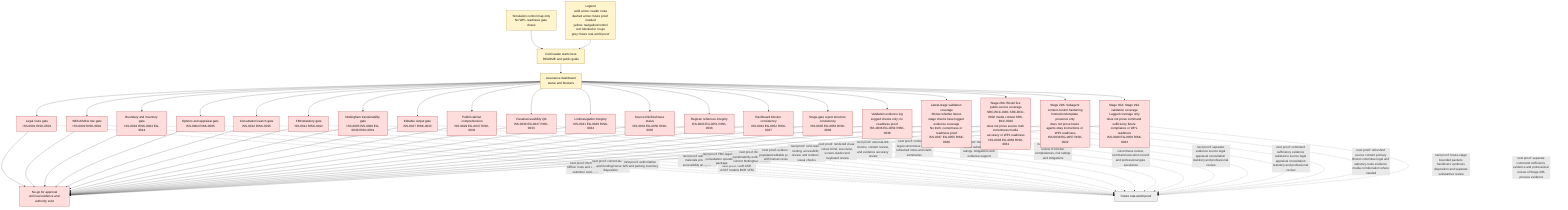
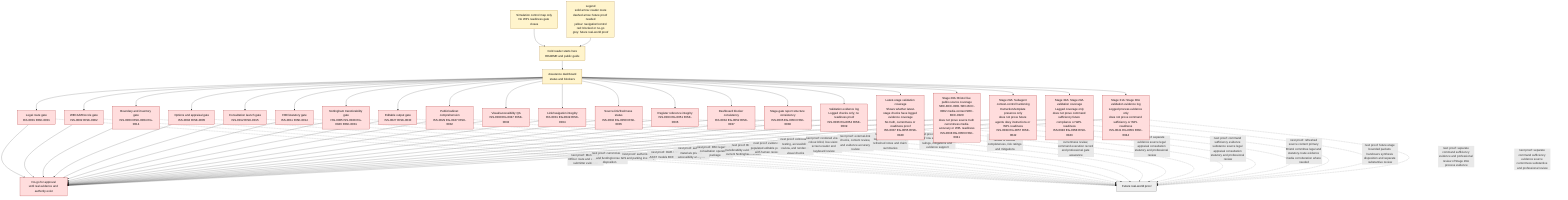
flowchart TD
    Caption["Simulation control map only<br/>No WPL readiness gate closes"]
    Legend["Legend<br/>solid arrow: reader route<br/>dashed arrow: future proof needed<br/>yellow: navigation/control<br/>red: blocked or no-go<br/>grey: future real-world proof"]
    Caption --> Start
    Legend --> Start
    Start["Cold reader starts here<br/>README and public guide"] --> Dash["Assurance dashboard<br/>status and blockers"]
    Dash --> Legal["Legal route gate<br/>ISS-0001 RISK-0001"]
    Dash --> WECA["WECA/MCA role gate<br/>ISS-0002 RISK-0002"]
    Dash --> Spatial["Boundary and inventory gate<br/>ISS-0003 RISK-0004 EG-0014"]
    Dash --> Appraisal["Options and appraisal gate<br/>ISS-0004 RISK-0005"]
    Dash --> Consult["Consultation launch gate<br/>ISS-0012 RISK-0015"]
    Dash --> FBC["FBC/statutory gate<br/>ISS-0011 RISK-0014"]
    Dash --> Nottingham["Nottingham transferability gate<br/>ISS-0005 ISS-0028 EG-0046 RISK-0031"]
    Dash --> Authoring["Editable output gate<br/>ISS-0027 RISK-0030"]
    Dash --> Comprehension["Public/cabinet comprehension<br/>ISS-0029 EG-0047 RISK-0032"]
    Dash --> VisualQA["Visual/accessibility QA<br/>ISS-0030 EG-0047 RISK-0033"]
    Dash --> NavigationQA["Link/navigation integrity<br/>ISS-0031 EG-0049 RISK-0034"]
    Dash --> SourceFreshness["Source-link/freshness status<br/>ISS-0032 EG-0050 RISK-0035"]
    Dash --> RegisterIntegrity["Register reference integrity<br/>ISS-0033 EG-0051 RISK-0036"]
    Dash --> DashboardConsistency["Dashboard blocker consistency<br/>ISS-0034 EG-0052 RISK-0037"]
    Dash --> GateReportQA["Stage-gate report structure consistency<br/>ISS-0035 EG-0053 RISK-0038"]
    Dash --> ValidationEvidence["Validation evidence log<br/>Logged checks only; no readiness proof<br/>ISS-0036 EG-0054 RISK-0039"]
    Dash --> ValidationCoverage["Latest-stage validation coverage<br/>Shows whether latest-stage checks have logged evidence coverage<br/>No truth, currentness or readiness proof<br/>ISS-0037 EG-0055 RISK-0040"]
    Dash --> BristolPublicSources["Stage 28A: Bristol live public-source coverage<br/>SRC-BCC-0001 SRC-BCC-0002 media context SRC-BCC-0020<br/>does not prove source truth currentness media accuracy or WPL readiness<br/>ISS-0038 EG-0056 RISK-0041"]
    Dash --> SubagentContextControl["Stage 29A: Subagent context-control hardening<br/>Instruction/template presence only<br/>does not prove future agents obey instructions or WPL readiness<br/>ISS-0039 EG-0057 RISK-0042"]
    Dash --> Stage29ValidationCoverage["Stage 30A: Stage 29A validation coverage<br/>Lagged coverage only<br/>does not prove command sufficiency future compliance or WPL readiness<br/>ISS-0040 EG-0058 RISK-0043"]
+     Dash --> Stage30ValidationLog["Stage 31A: Stage 30A validation evidence log<br/>Logged process evidence only<br/>does not prove command sufficiency or WPL readiness<br/>ISS-0041 EG-0059 RISK-0044"]

    Legal --> NoGo["No-go for approval<br/>until real evidence and authority exist"]
    WECA --> NoGo
    Spatial --> NoGo
    Appraisal --> NoGo
    Consult --> NoGo
    FBC --> NoGo
    Nottingham --> NoGo
    Authoring --> NoGo
    Comprehension --> NoGo
    VisualQA --> NoGo
    NavigationQA --> NoGo
    SourceFreshness --> NoGo
    RegisterIntegrity --> NoGo
    DashboardConsistency --> NoGo
    GateReportQA --> NoGo
    ValidationEvidence --> NoGo
    ValidationCoverage --> NoGo
    BristolPublicSources --> NoGo
    SubagentContextControl --> NoGo
    Stage29ValidationCoverage --> NoGo
+     Stage30ValidationLog --> NoGo

    Legal -. "next proof: Monitoring Officer route and statutory submitter evidence" .-> Proof["Future real-world proof"]
    WECA -. "next proof: current-law role and funding/consent disposition" .-> Proof
    Spatial -. "next proof: authoritative GIS and parking inventory" .-> Proof
    Appraisal -. "next proof: OAR ASR ASST models BCR VFM" .-> Proof
    Consult -. "next proof: authority materials privacy accessibility analysis" .-> Proof
    FBC -. "next proof: FBC legal S151 consultation operations package" .-> Proof
    Nottingham -. "next proof: Bristol transferability evidence and current Nottingham refresh" .-> Proof
    Authoring -. "next proof: evidence-populated editable packs with human review" .-> Proof
    Comprehension -. "next proof: cold-reader testing, accessibility review, and rendered-visual checks" .-> Proof
    VisualQA -. "next proof: rendered visual, colour-blind, low-vision, screen-reader and keyboard review" .-> Proof
    NavigationQA -. "next proof: external-link checks, content review, and evidence accuracy review" .-> Proof
    SourceFreshness -. "next proof: content diff, legal-currentness review, refreshed notes and claim summaries" .-> Proof
    RegisterIntegrity -. "next proof: human review of row substance, risk ratings, mitigations and evidence support" .-> Proof
    DashboardConsistency -. "next proof: full register review of blocker completeness, risk ratings and mitigations" .-> Proof
    GateReportQA -. "next proof: evidence substance review, source currentness review, command execution record and professional gate assurance" .-> Proof
    ValidationEvidence -. "next proof: separate evidence source legal appraisal consultation statutory and professional review" .-> Proof
    ValidationCoverage -. "next proof: command sufficiency evidence substance source legal appraisal consultation statutory and professional review" .-> Proof
    BristolPublicSources -. "next proof: refreshed source content primary Bristol committee legal and statutory-route evidence media corroboration where needed" .-> Proof
    SubagentContextControl -. "next proof: future-stage bounded packets handovers synthesis disposition and separate substantive review" .-> Proof
    Stage29ValidationCoverage -. "next proof: separate command sufficiency evidence and professional review of Stage 29A process evidence" .-> Proof
+     Stage30ValidationLog -. "next proof: separate command sufficiency evidence source currentness substantive and professional review" .-> Proof

    classDef start fill:#ddf4ff,stroke:#005f99,color:#111111;
    classDef blocked fill:#ffdddd,stroke:#990000,color:#111111;
    classDef guide fill:#fff4cc,stroke:#996600,color:#111111;
    classDef future fill:#eeeeee,stroke:#555555,color:#111111;

    class Start,Dash,Caption,Legend guide;
-     class Legal,WECA,Spatial,Appraisal,Consult,FBC,Nottingham,Authoring,Comprehension,VisualQA,NavigationQA,SourceFreshness,RegisterIntegrity,DashboardConsistency,GateReportQA,ValidationEvidence,ValidationCoverage,BristolPublicSources,SubagentContextControl,Stage29ValidationCoverage,NoGo blocked;
+     class Legal,WECA,Spatial,Appraisal,Consult,FBC,Nottingham,Authoring,Comprehension,VisualQA,NavigationQA,SourceFreshness,RegisterIntegrity,DashboardConsistency,GateReportQA,ValidationEvidence,ValidationCoverage,BristolPublicSources,SubagentContextControl,Stage29ValidationCoverage,Stage30ValidationLog,NoGo blocked;
    class Proof future;
